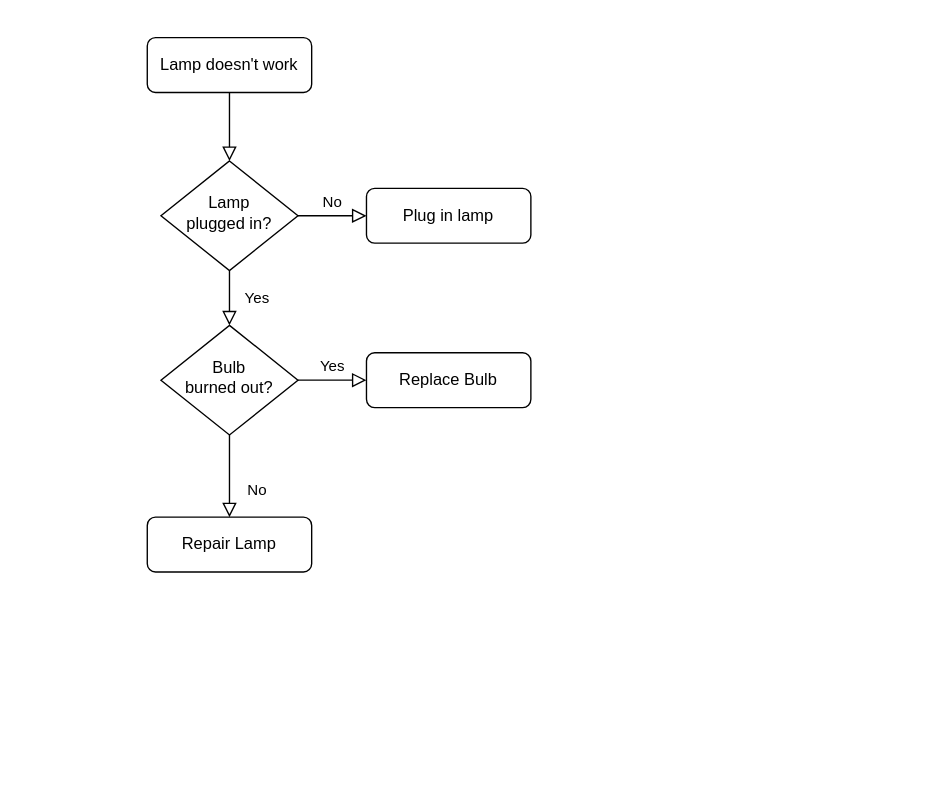
Before: Untitled Diagram.drawio in Amuuo/ups_ULD_barcode_sign_generator, a draw.io diagram. Source tidied: cells renumbered, new cells numbered last; positions are measured from the earlier drawing's top-left corner, leaving out a move shared by most shapes. Both pictures are drawn from the tidied source at 137%, with x=0, y=0 at pixel (147, 37).
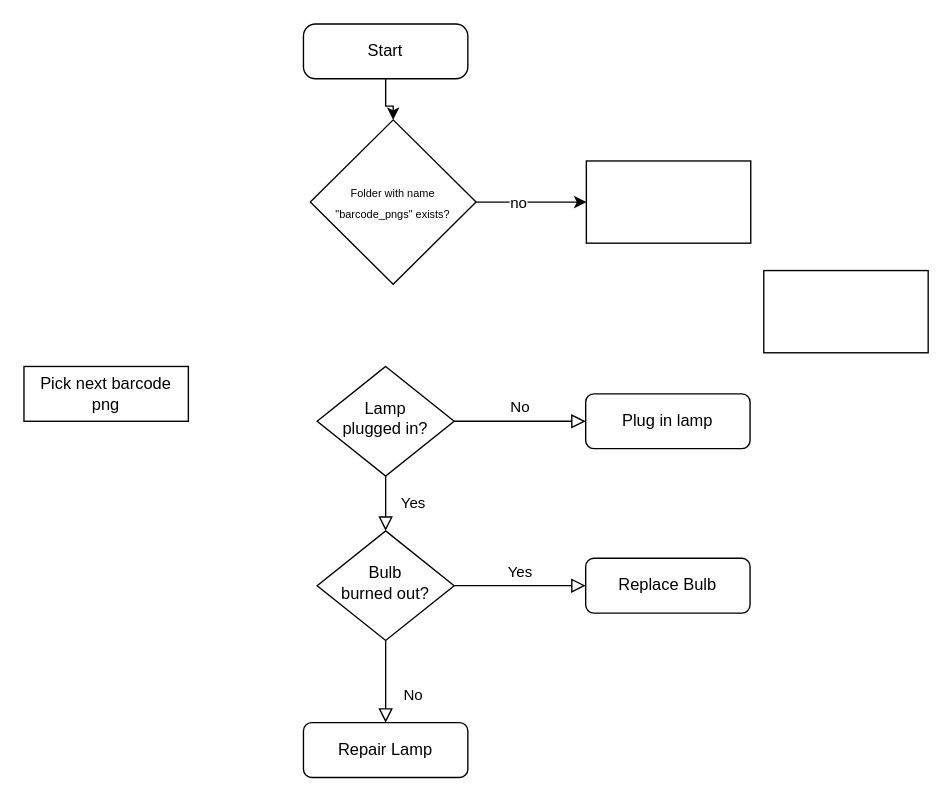
Above is the later version.

The edit, as a diff of the source:
```diff
@@
 <mxGraphModel>
   <root>
     <mxCell id="0" />
     <mxCell id="1" parent="0" />
-    <mxCell id="2" style="rounded=0;html=1;jettySize=auto;fontSize=11;endArrow=block;endFill=0;endSize=8;strokeWidth=1;shadow=0;labelBackgroundColor=none;edgeStyle=orthogonalEdgeStyle;" parent="1" edge="1" source="3" target="6">
-      <mxGeometry relative="1" as="geometry" />
-    </mxCell>
+    <mxCell id="13" style="edgeStyle=orthogonalEdgeStyle;rounded=0;jettySize=auto;html=1;" parent="1" edge="1" source="3" target="18">
+      <mxGeometry relative="1" as="geometry" />
+    </mxCell>
-    <mxCell id="3" value="Lamp doesn't work" style="rounded=1;whiteSpace=wrap;html=1;fontSize=12;glass=0;strokeWidth=1;shadow=0;" parent="1" vertex="1">
-      <mxGeometry width="120" height="40" as="geometry" />
+    <mxCell id="3" value="Start" style="rounded=1;whiteSpace=wrap;html=1;fontSize=12;glass=0;strokeWidth=1;shadow=0;arcSize=22;" parent="1" vertex="1">
+      <mxGeometry x="114" y="-10" width="120" height="40" as="geometry" />
     </mxCell>
     <mxCell id="4" value="Yes" style="rounded=0;html=1;jettySize=auto;fontSize=11;endArrow=block;endFill=0;endSize=8;strokeWidth=1;shadow=0;labelBackgroundColor=none;edgeStyle=orthogonalEdgeStyle;" parent="1" edge="1" source="6" target="10">
       <mxGeometry y="20" relative="1" as="geometry" />
     </mxCell>
     <mxCell id="5" value="No" style="edgeStyle=orthogonalEdgeStyle;rounded=0;html=1;jettySize=auto;fontSize=11;endArrow=block;endFill=0;endSize=8;strokeWidth=1;shadow=0;labelBackgroundColor=none;" parent="1" edge="1" source="6" target="7">
       <mxGeometry y="10" relative="1" as="geometry" />
     </mxCell>
     <mxCell id="6" value="Lamp&lt;br&gt;plugged in?" style="rhombus;whiteSpace=wrap;html=1;shadow=0;fontFamily=Helvetica;fontSize=12;align=center;strokeWidth=1;spacing=6;spacingTop=-4;" parent="1" vertex="1">
-      <mxGeometry x="10" y="90" width="100" height="80" as="geometry" />
+      <mxGeometry x="124" y="240" width="100" height="80" as="geometry" />
     </mxCell>
     <mxCell id="7" value="Plug in lamp" style="rounded=1;whiteSpace=wrap;html=1;fontSize=12;glass=0;strokeWidth=1;shadow=0;" parent="1" vertex="1">
-      <mxGeometry x="160" y="110" width="120" height="40" as="geometry" />
+      <mxGeometry x="320" y="260" width="120" height="40" as="geometry" />
     </mxCell>
     <mxCell id="8" value="No" style="rounded=0;html=1;jettySize=auto;fontSize=11;endArrow=block;endFill=0;endSize=8;strokeWidth=1;shadow=0;labelBackgroundColor=none;edgeStyle=orthogonalEdgeStyle;" parent="1" edge="1" source="10" target="11">
       <mxGeometry x="0.33" y="20" relative="1" as="geometry" />
     </mxCell>
     <mxCell id="9" value="Yes" style="edgeStyle=orthogonalEdgeStyle;rounded=0;html=1;jettySize=auto;fontSize=11;endArrow=block;endFill=0;endSize=8;strokeWidth=1;shadow=0;labelBackgroundColor=none;" parent="1" edge="1" source="10" target="12">
       <mxGeometry y="10" relative="1" as="geometry" />
     </mxCell>
     <mxCell id="10" value="Bulb&lt;br&gt;burned out?" style="rhombus;whiteSpace=wrap;html=1;shadow=0;fontFamily=Helvetica;fontSize=12;align=center;strokeWidth=1;spacing=6;spacingTop=-4;" parent="1" vertex="1">
-      <mxGeometry x="10" y="210" width="100" height="80" as="geometry" />
+      <mxGeometry x="124" y="360" width="100" height="80" as="geometry" />
     </mxCell>
     <mxCell id="11" value="Repair Lamp" style="rounded=1;whiteSpace=wrap;html=1;fontSize=12;glass=0;strokeWidth=1;shadow=0;" parent="1" vertex="1">
-      <mxGeometry y="350" width="120" height="40" as="geometry" />
+      <mxGeometry x="114" y="500" width="120" height="40" as="geometry" />
     </mxCell>
     <mxCell id="12" value="Replace Bulb" style="rounded=1;whiteSpace=wrap;html=1;fontSize=12;glass=0;strokeWidth=1;shadow=0;" parent="1" vertex="1">
-      <mxGeometry x="160" y="230" width="120" height="40" as="geometry" />
+      <mxGeometry x="320" y="380" width="120" height="40" as="geometry" />
     </mxCell>
+    <mxCell id="14" style="rounded=0;whiteSpace=wrap;html=1;" parent="1" vertex="1">
+      <mxGeometry x="450" y="170" width="120" height="60" as="geometry" />
+    </mxCell>
+    <mxCell id="15" value="Pick next barcode png" style="whiteSpace=wrap;html=1;rounded=1;shadow=0;strokeWidth=1;glass=0;arcSize=0;" parent="1" vertex="1">
+      <mxGeometry x="-90" y="240" width="120" height="40" as="geometry" />
+    </mxCell>
+    <mxCell id="16" style="edgeStyle=orthogonalEdgeStyle;rounded=0;jettySize=auto;html=1;" parent="1" edge="1" source="18" target="19">
+      <mxGeometry relative="1" as="geometry" />
+    </mxCell>
+    <mxCell id="17" value="no" style="edgeLabel;html=1;align=center;verticalAlign=middle;" parent="16" vertex="1">
+      <mxGeometry x="-0.25" relative="1" as="geometry" />
+    </mxCell>
+    <mxCell id="18" value="&lt;span&gt;&lt;font style=&quot;font-size: 8px&quot;&gt;Folder with name &quot;barcode_pngs&quot; exists?&lt;/font&gt;&lt;/span&gt;" style="rhombus;whiteSpace=wrap;html=1;" parent="1" vertex="1">
+      <mxGeometry x="119" y="60" width="121" height="120" as="geometry" />
+    </mxCell>
+    <mxCell id="19" style="whiteSpace=wrap;html=1;" parent="1" vertex="1">
+      <mxGeometry x="320.5" y="90" width="120" height="60" as="geometry" />
+    </mxCell>
   </root>
 </mxGraphModel>
```
